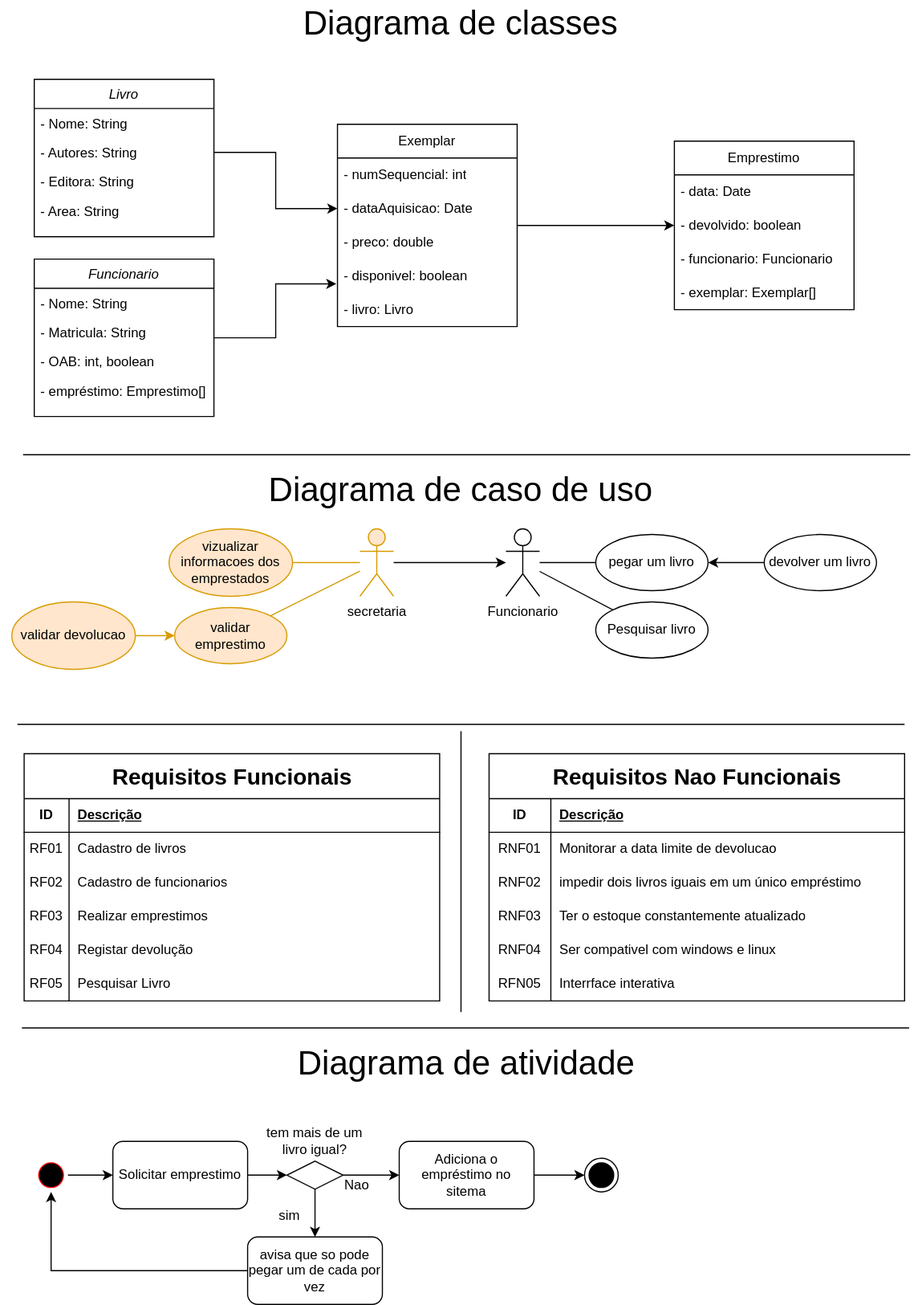
The draw.io diagram ExercicioDeFixacao.drawio.svg in Andra-sun/modelagem, before a commit. Source tidied: cells renumbered, new cells last; positions are measured from the earlier drawing's top-left corner, leaving out a move shared by most shapes.
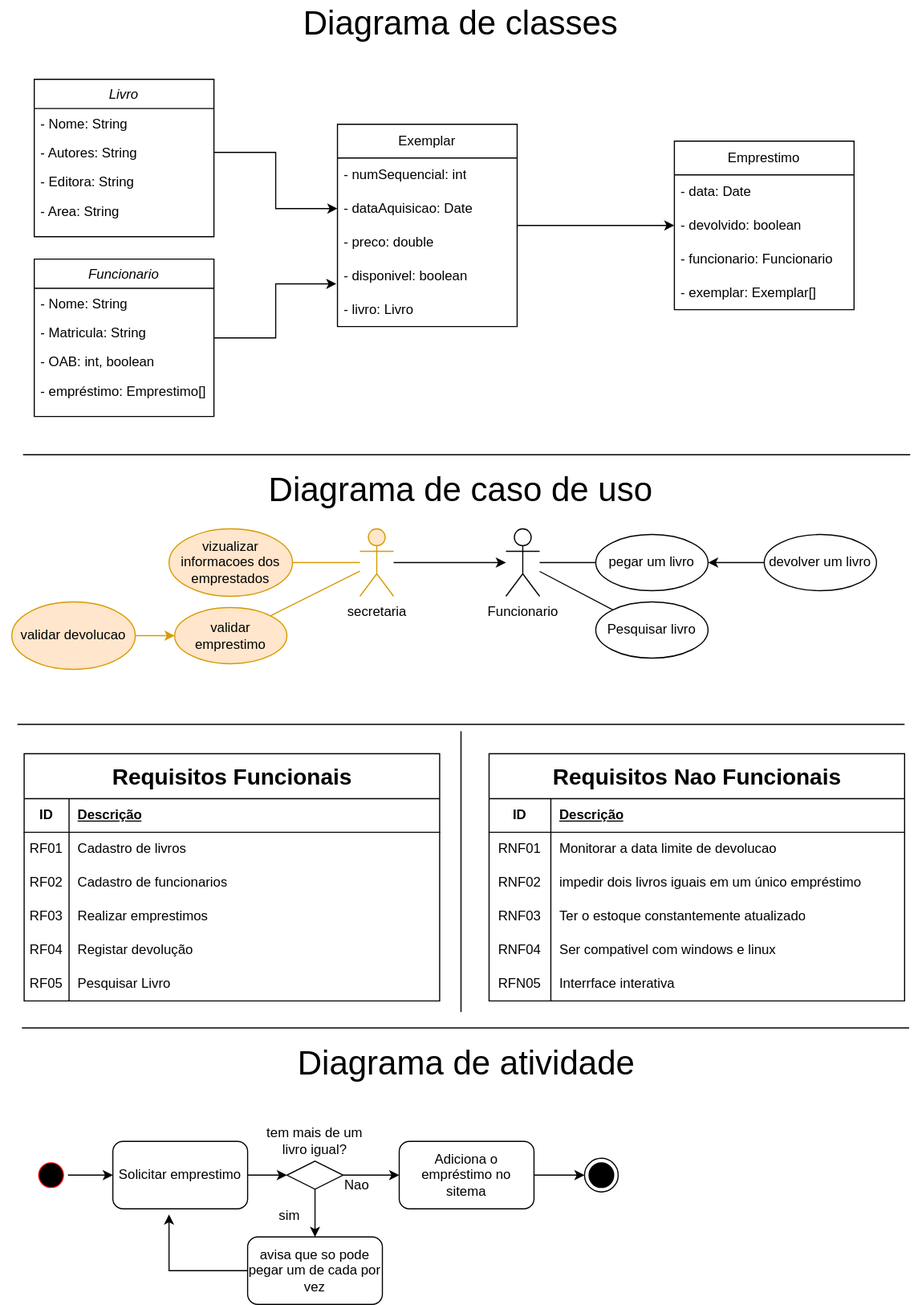
After the change.

Change to the diagram source:
```diff
@@ -278,8 +278,13 @@
     <mxCell id="93" value="tem mais de um livro igual?" style="text;strokeColor=none;align=center;fillColor=none;html=1;verticalAlign=middle;whiteSpace=wrap;rounded=0;" parent="1" vertex="1">
       <mxGeometry x="230" y="1000" width="100" height="30" as="geometry" />
     </mxCell>
-    <mxCell id="94" style="edgeStyle=orthogonalEdgeStyle;rounded=0;jettySize=auto;html=1;entryX=0.5;entryY=0;entryDx=0;entryDy=0;" parent="1" edge="1" source="95" target="87">
-      <mxGeometry relative="1" as="geometry" />
+    <mxCell id="94" style="edgeStyle=orthogonalEdgeStyle;rounded=0;jettySize=auto;html=1;" parent="1" edge="1" source="95">
+      <mxGeometry relative="1" as="geometry">
+        <mxPoint x="150" y="1080" as="targetPoint" />
+        <Array as="points">
+          <mxPoint x="150" y="1130" />
+        </Array>
+      </mxGeometry>
     </mxCell>
     <mxCell id="95" value="avisa que so pode pegar um de cada por vez" style="rounded=1;whiteSpace=wrap;html=1;" parent="1" vertex="1">
       <mxGeometry x="220" y="1100" width="120" height="60" as="geometry" />
```
